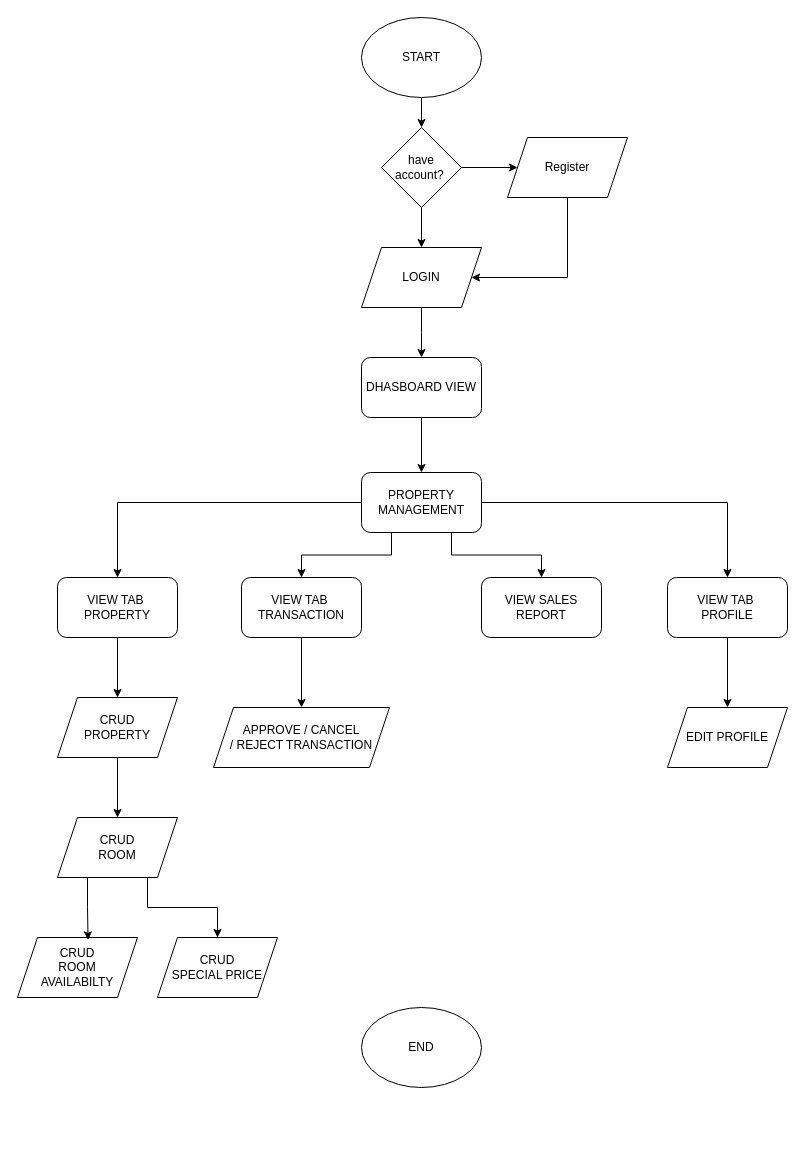
The draw.io diagram page "Halaman-3" (3 of 3) of FP.drawio in Haresz/BOOKSELF, before the edit. Source tidied: cells renumbered, new cells numbered last; positions are measured from the earlier drawing's top-left corner, leaving out a move shared by most shapes. Both pictures are drawn from the tidied source at 100%, with x=0, y=0 at pixel (17, 17).
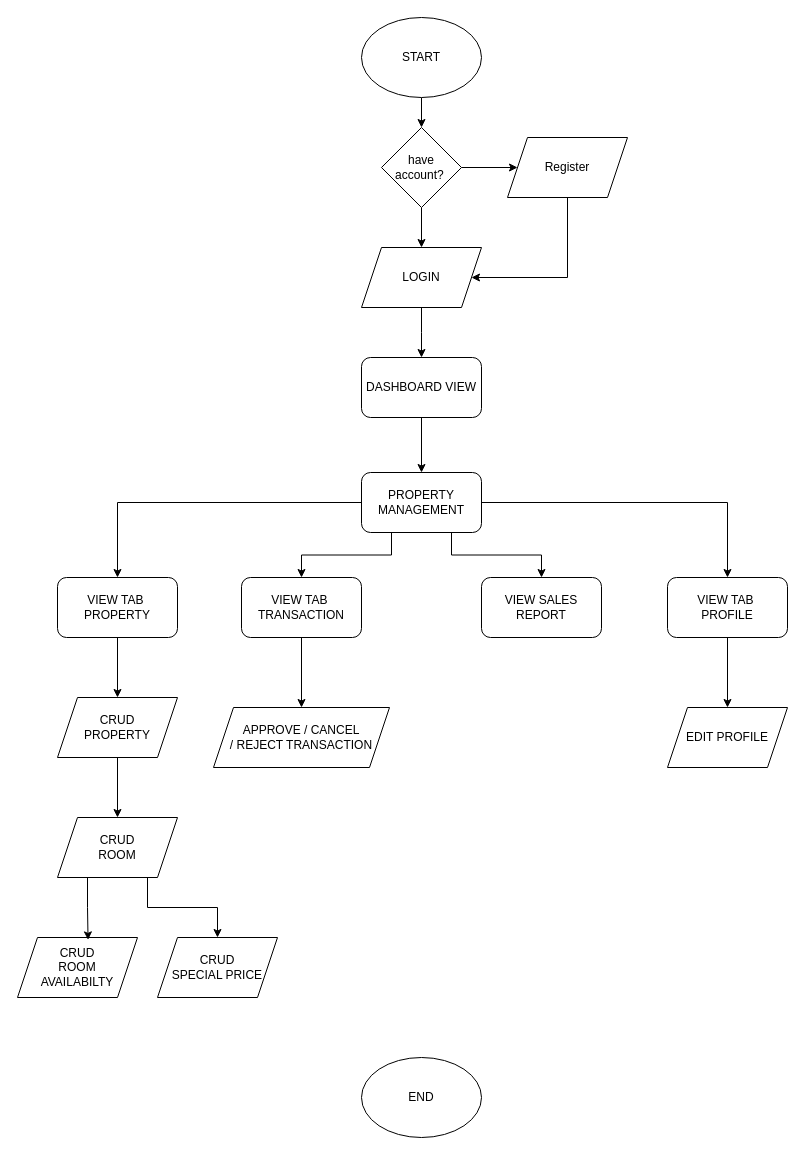
The same diagram, later.

Diff of the diagram source:
```diff
@@
-    <mxCell id="12" value="DHASBOARD VIEW" style="rounded=1;whiteSpace=wrap;html=1;" parent="1" vertex="1">
+    <mxCell id="12" value="DASHBOARD VIEW" style="rounded=1;whiteSpace=wrap;html=1;" parent="1" vertex="1">
       <mxGeometry x="344" y="340" width="120" height="60" as="geometry" />
     </mxCell>
@@
     <mxCell id="14" value="END" style="ellipse;whiteSpace=wrap;html=1;" parent="1" vertex="1">
-      <mxGeometry x="344" y="990" width="120" height="80" as="geometry" />
+      <mxGeometry x="344" y="1040" width="120" height="80" as="geometry" />
     </mxCell>
```
